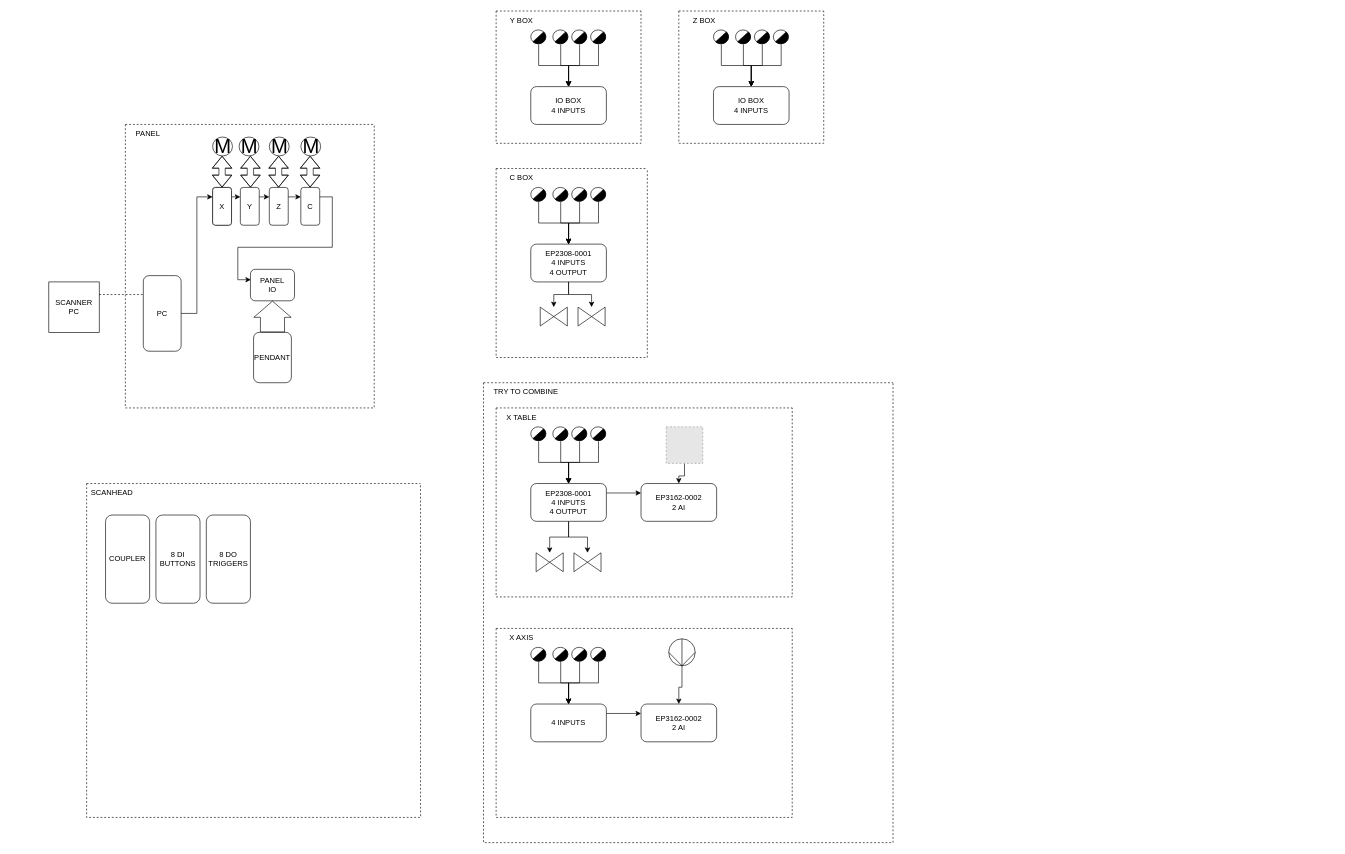
This is Untitled Diagram.drawio from facuver/drawTest, a draw.io file, before an edit. Source tidied: cells renumbered, new cells numbered last; positions are measured from the earlier drawing's top-left corner, leaving out a move shared by most shapes. Both pictures are drawn from the tidied source at 63%, with x=0, y=0 at pixel (49, 11). Pictures stored in the file or linked from it are replaced by grey dashed boxes.
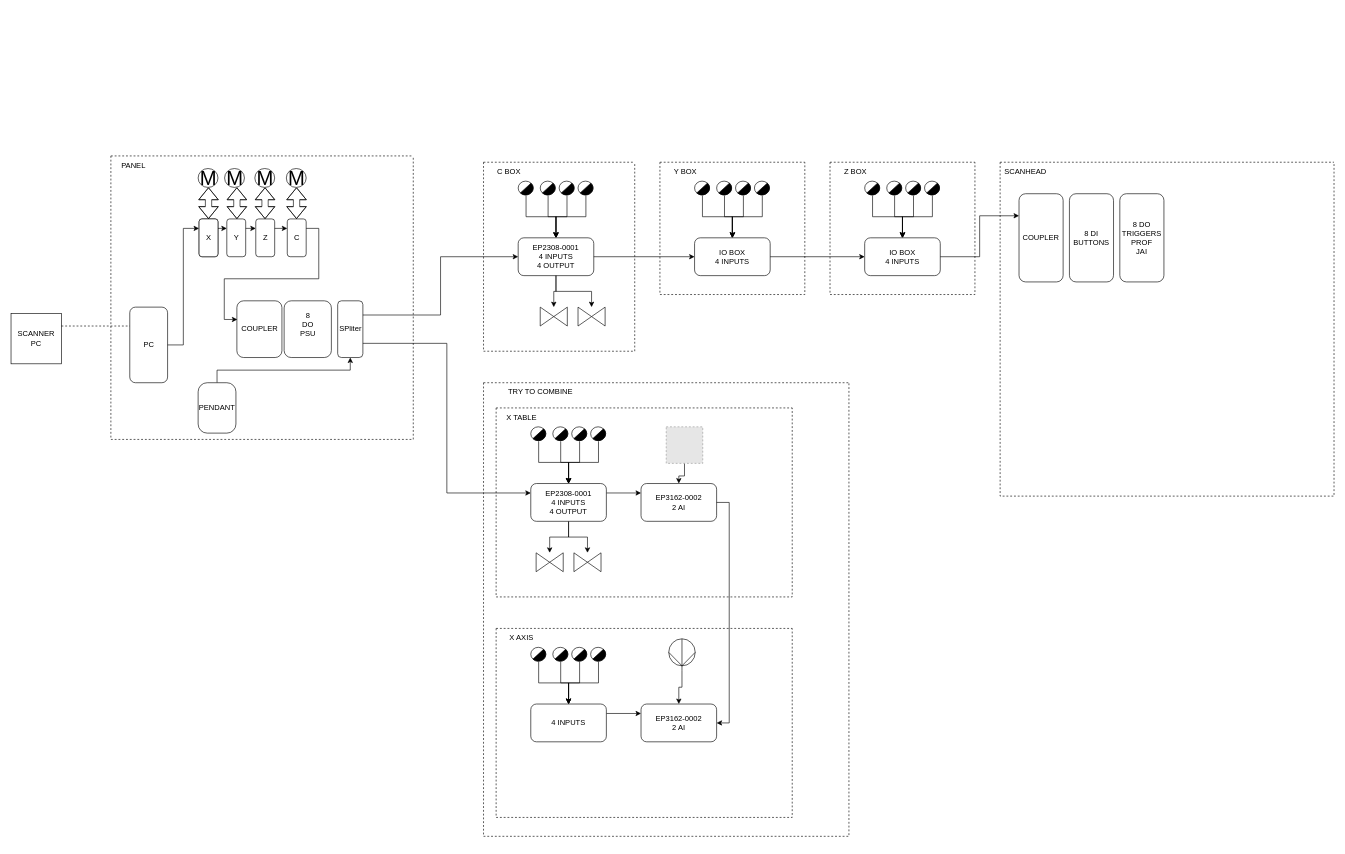
After the change.

The change refers to these unchanged cells:
```xml
<mxCell id="5" value="IO BOX&lt;br&gt;4 INPUTS" style="rounded=1;whiteSpace=wrap;html=1;" parent="3" vertex="1">
  <mxGeometry x="55" y="120" width="120" height="60" as="geometry" />
</mxCell>
<mxCell id="42" value="EP2308-0001&lt;br&gt;&lt;div&gt;4 INPUTS &lt;br&gt;&lt;/div&gt;&lt;div&gt;4 OUTPUT&lt;/div&gt;" style="rounded=1;whiteSpace=wrap;html=1;" parent="40" vertex="1">
  <mxGeometry x="55" y="120" width="120" height="60" as="geometry" />
</mxCell>
<mxCell id="60" value="EP2308-0001&lt;div&gt;4 INPUTS &lt;br&gt;&lt;/div&gt;&lt;div&gt;4 OUTPUT&lt;/div&gt;" style="rounded=1;whiteSpace=wrap;html=1;" parent="55" vertex="1">
  <mxGeometry x="55" y="120" width="120" height="60" as="geometry" />
</mxCell>
<mxCell id="69" value="&lt;div&gt;EP3162-0002&lt;/div&gt;&lt;div&gt;2 AI&lt;br&gt;&lt;/div&gt;" style="rounded=1;whiteSpace=wrap;html=1;" parent="55" vertex="1">
  <mxGeometry x="230" y="120" width="120" height="60" as="geometry" />
</mxCell>
<mxCell id="86" value="&lt;div&gt;EP3162-0002&lt;/div&gt;&lt;div&gt;2 AI&lt;br&gt;&lt;/div&gt;" style="rounded=1;whiteSpace=wrap;html=1;" parent="74" vertex="1">
  <mxGeometry x="230" y="120" width="120" height="60" as="geometry" />
</mxCell>
<mxCell id="91" value="IO BOX&lt;br&gt;4 INPUTS" style="rounded=1;whiteSpace=wrap;html=1;" parent="89" vertex="1">
  <mxGeometry x="55" y="120" width="120" height="60" as="geometry" />
</mxCell>
<mxCell id="102" value="COUPLER" style="rounded=1;whiteSpace=wrap;html=1;" parent="100" vertex="1">
  <mxGeometry x="30" y="50" width="70" height="140" as="geometry" />
</mxCell>
```

What changed in the source:
```diff
@@
     <mxCell id="2" value="&lt;div&gt;SCANNER&lt;/div&gt;&lt;div&gt;PC&lt;br&gt;&lt;/div&gt;" style="whiteSpace=wrap;html=1;" parent="1" vertex="1">
-      <mxGeometry y="430" width="80" height="80" as="geometry" />
+      <mxGeometry x="-60" y="480" width="80" height="80" as="geometry" />
     </mxCell>
     <mxCell id="3" style="swimlane;startSize=0;dashed=1;" parent="1" vertex="1">
-      <mxGeometry x="710" width="230" height="210" as="geometry" />
+      <mxGeometry x="970" y="240" width="230" height="210" as="geometry" />
     </mxCell>
@@
     <mxCell id="14" style="group;" parent="1" vertex="1">
-      <mxGeometry x="121.5" y="180" width="395" height="450" as="geometry" />
+      <mxGeometry x="100" y="230" width="480" height="450" as="geometry" />
     </mxCell>
@@
-    <mxCell id="25" value="PANEL&lt;br&gt;IO" style="rounded=1;whiteSpace=wrap;html=1;" parent="14" vertex="1">
-      <mxGeometry x="198.5" y="230" width="70" height="50" as="geometry" />
+    <mxCell id="25" value="COUPLER" style="rounded=1;whiteSpace=wrap;html=1;" parent="14" vertex="1">
+      <mxGeometry x="198.5" y="230" width="71.5" height="90" as="geometry" />
     </mxCell>
@@
-    <mxCell id="27" value="&lt;div&gt;PENDANT&lt;/div&gt;" style="rounded=1;whiteSpace=wrap;html=1;" parent="14" vertex="1">
-      <mxGeometry x="203.5" y="330" width="60" height="80" as="geometry" />
-    </mxCell>
-    <mxCell id="28" style="shape=flexArrow;endArrow=classic;html=1;rounded=0;width=38.285714285714285;endSize=8.24;entryX=0.5;entryY=1;entryDx=0;entryDy=0;exitX=0.5;exitY=0;exitDx=0;exitDy=0;" parent="14" edge="1" source="27" target="25">
-      <mxGeometry relative="1" as="geometry" />
-    </mxCell>
@@
     <mxCell id="34" style="swimlane;startSize=0;dashed=1;" parent="14" vertex="1">
-      <mxGeometry width="395" height="450" as="geometry" />
+      <mxGeometry x="-1.5" width="480" height="450" as="geometry" />
     </mxCell>
@@
+    <mxCell id="107" style="edgeStyle=orthogonalEdgeStyle;rounded=0;jettySize=auto;html=1;exitX=0.5;exitY=0;exitDx=0;exitDy=0;entryX=0.5;entryY=1;entryDx=0;entryDy=0;" parent="34" edge="1" source="27" target="109">
+      <mxGeometry relative="1" as="geometry">
+        <Array as="points">
+          <mxPoint x="169" y="340" />
+          <mxPoint x="380" y="340" />
+        </Array>
+      </mxGeometry>
+    </mxCell>
+    <mxCell id="27" value="&lt;div&gt;PENDANT&lt;/div&gt;" style="rounded=1;whiteSpace=wrap;html=1;arcSize=24;" parent="34" vertex="1">
+      <mxGeometry x="138.5" y="360" width="60" height="80" as="geometry" />
+    </mxCell>
+    <mxCell id="108" value="&lt;div&gt;8&lt;br&gt;&lt;/div&gt;&lt;div&gt;DO&lt;/div&gt;&lt;div&gt;PSU&lt;br&gt;&lt;/div&gt;&lt;div&gt;&lt;br&gt;&lt;/div&gt;" style="rounded=1;whiteSpace=wrap;html=1;" parent="34" vertex="1">
+      <mxGeometry x="275" y="230" width="75" height="90" as="geometry" />
+    </mxCell>
+    <mxCell id="109" value="SPliter" style="rounded=1;whiteSpace=wrap;html=1;" parent="34" vertex="1">
+      <mxGeometry x="360" y="230" width="40" height="90" as="geometry" />
+    </mxCell>
     <mxCell id="40" style="swimlane;startSize=0;dashed=1;" parent="1" vertex="1">
-      <mxGeometry x="710" y="250" width="240" height="300" as="geometry" />
+      <mxGeometry x="690" y="240" width="240" height="300" as="geometry" />
     </mxCell>
@@
     <mxCell id="89" style="swimlane;startSize=0;dashed=1;" parent="1" vertex="1">
-      <mxGeometry x="1000" width="230" height="210" as="geometry" />
+      <mxGeometry x="1240" y="240" width="230" height="210" as="geometry" />
     </mxCell>
@@
     <mxCell id="100" style="swimlane;startSize=0;dashed=1;" parent="1" vertex="1">
-      <mxGeometry x="60" y="750" width="530" height="530" as="geometry" />
+      <mxGeometry x="1510" y="240" width="530" height="530" as="geometry" />
     </mxCell>
@@
-    <mxCell id="104" value="&lt;div&gt;8 DO&lt;/div&gt;&lt;div&gt;TRIGGERS&lt;br&gt;&lt;/div&gt;" style="rounded=1;whiteSpace=wrap;html=1;" parent="100" vertex="1">
+    <mxCell id="104" value="&lt;div&gt;8 DO&lt;/div&gt;&lt;div&gt;TRIGGERS&lt;/div&gt;&lt;div&gt;PROF&lt;/div&gt;&lt;div&gt;JAI&lt;br&gt;&lt;/div&gt;" style="rounded=1;whiteSpace=wrap;html=1;" parent="100" vertex="1">
       <mxGeometry x="190" y="50" width="70" height="140" as="geometry" />
     </mxCell>
     <mxCell id="105" style="swimlane;startSize=0;dashed=1;" parent="1" vertex="1">
-      <mxGeometry x="690" y="590" width="650" height="730" as="geometry" />
+      <mxGeometry x="690" y="590" width="580" height="720" as="geometry" />
     </mxCell>
     <mxCell id="106" value="TRY TO COMBINE" style="text;html=1;align=center;verticalAlign=middle;strokeColor=none;fillColor=none;" parent="105" vertex="1">
-      <mxGeometry x="6.5" width="120" height="30" as="geometry" />
+      <mxGeometry x="30" width="120" height="30" as="geometry" />
     </mxCell>
+    <mxCell id="110" style="edgeStyle=orthogonalEdgeStyle;rounded=0;jettySize=auto;html=1;exitX=1;exitY=0.25;exitDx=0;exitDy=0;entryX=0;entryY=0.5;entryDx=0;entryDy=0;" parent="1" edge="1" source="109" target="42">
+      <mxGeometry relative="1" as="geometry" />
+    </mxCell>
+    <mxCell id="111" style="edgeStyle=orthogonalEdgeStyle;rounded=0;jettySize=auto;html=1;exitX=1;exitY=0.75;exitDx=0;exitDy=0;entryX=0;entryY=0.25;entryDx=0;entryDy=0;" parent="1" edge="1" source="109" target="60">
+      <mxGeometry relative="1" as="geometry" />
+    </mxCell>
+    <mxCell id="112" style="edgeStyle=orthogonalEdgeStyle;rounded=0;jettySize=auto;html=1;exitX=1;exitY=0.5;exitDx=0;exitDy=0;entryX=1;entryY=0.5;entryDx=0;entryDy=0;" parent="1" edge="1" source="69" target="86">
+      <mxGeometry relative="1" as="geometry" />
+    </mxCell>
+    <mxCell id="113" style="edgeStyle=orthogonalEdgeStyle;rounded=0;jettySize=auto;html=1;exitX=1;exitY=0.5;exitDx=0;exitDy=0;entryX=0;entryY=0.5;entryDx=0;entryDy=0;" parent="1" edge="1" source="42" target="5">
+      <mxGeometry relative="1" as="geometry" />
+    </mxCell>
+    <mxCell id="114" style="edgeStyle=orthogonalEdgeStyle;rounded=0;jettySize=auto;html=1;exitX=1;exitY=0.5;exitDx=0;exitDy=0;entryX=0;entryY=0.5;entryDx=0;entryDy=0;" parent="1" edge="1" source="5" target="91">
+      <mxGeometry relative="1" as="geometry" />
+    </mxCell>
+    <mxCell id="115" style="edgeStyle=orthogonalEdgeStyle;rounded=0;jettySize=auto;html=1;exitX=1;exitY=0.5;exitDx=0;exitDy=0;entryX=0;entryY=0.25;entryDx=0;entryDy=0;" parent="1" edge="1" source="91" target="102">
+      <mxGeometry relative="1" as="geometry" />
+    </mxCell>
```
